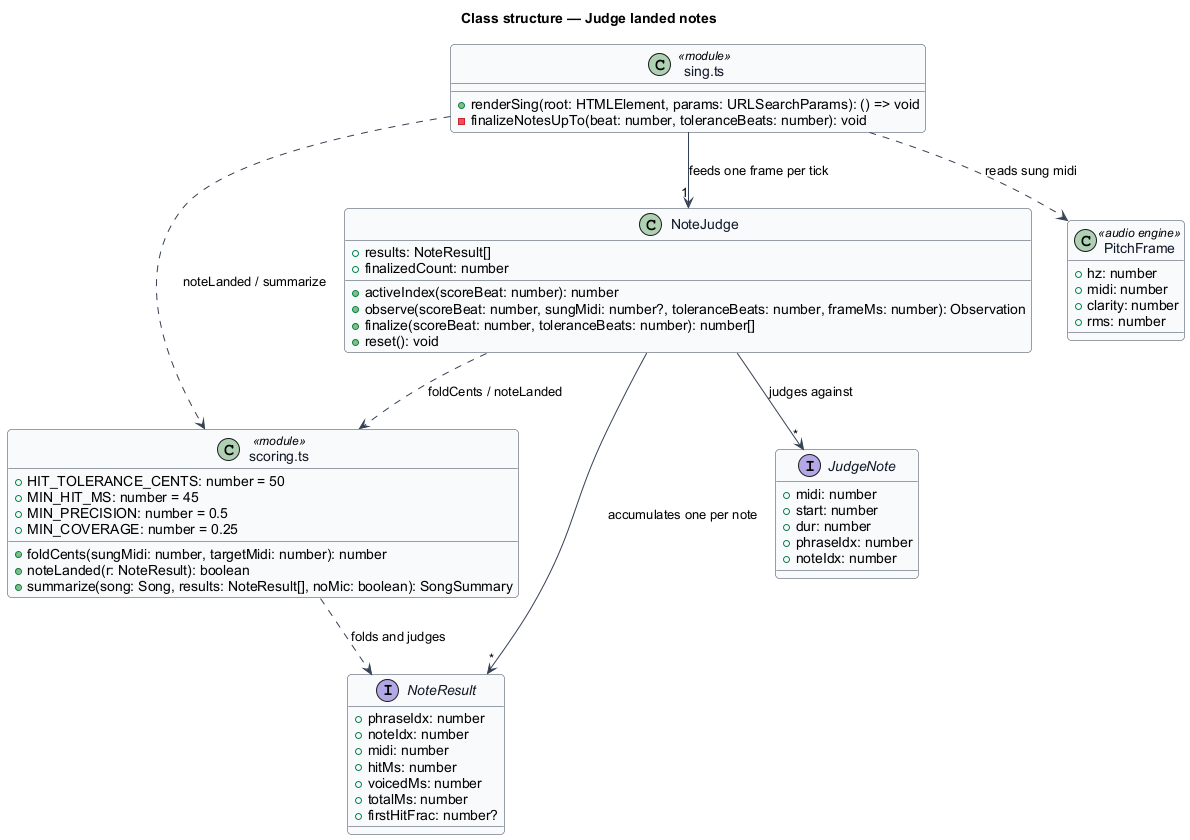
This is docs/detailed-designs/scoring-and-results/judge-landed-notes/diagrams/class-structure.png from QuinntyneBrown/TwinkleTune, a PlantUML export, as it was before one commit.
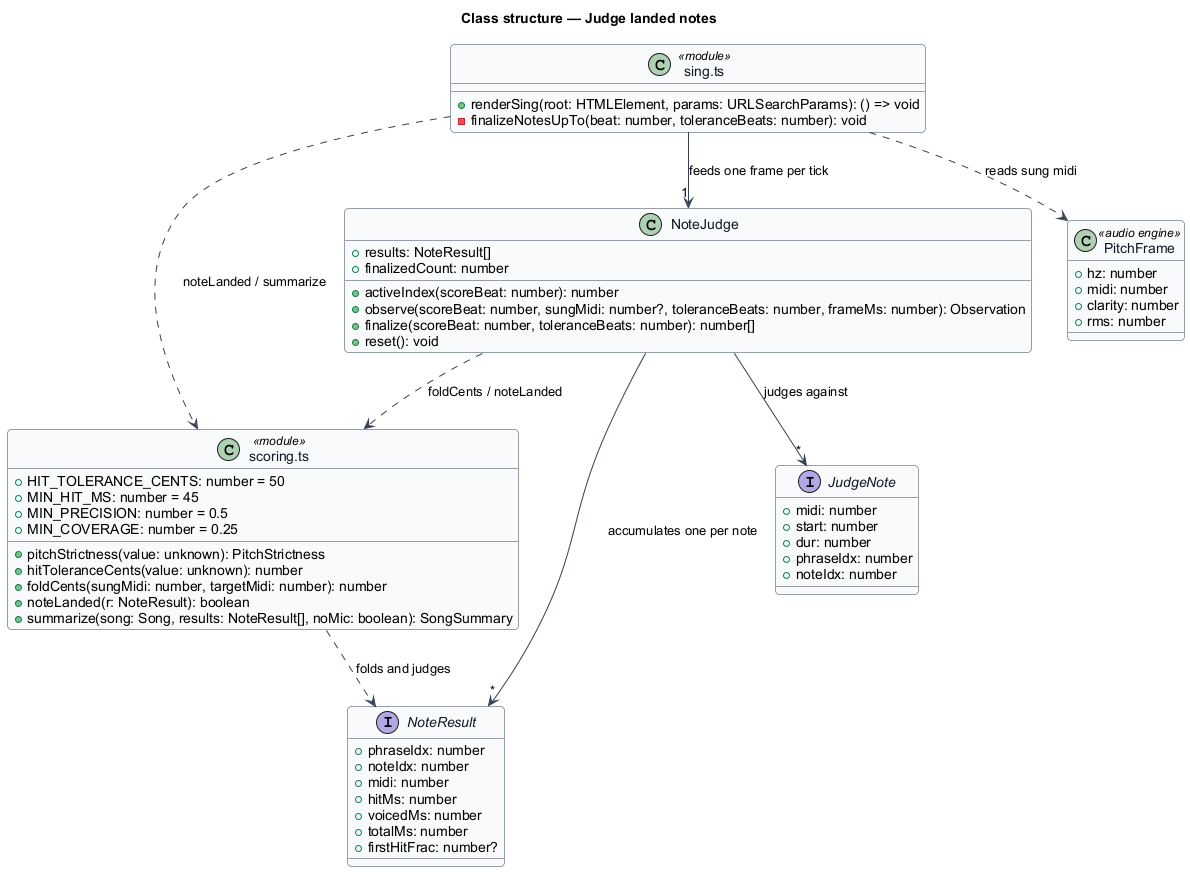
The same file after the commit.

What changed in the source:
```diff
@@ -23,6 +23,8 @@
 
 class "scoring.ts" as ScoringMod <<module>> {
   +HIT_TOLERANCE_CENTS: number = 50
+  +pitchStrictness(value: unknown): PitchStrictness
+  +hitToleranceCents(value: unknown): number
   +MIN_HIT_MS: number = 45
   +MIN_PRECISION: number = 0.5
   +MIN_COVERAGE: number = 0.25
```
